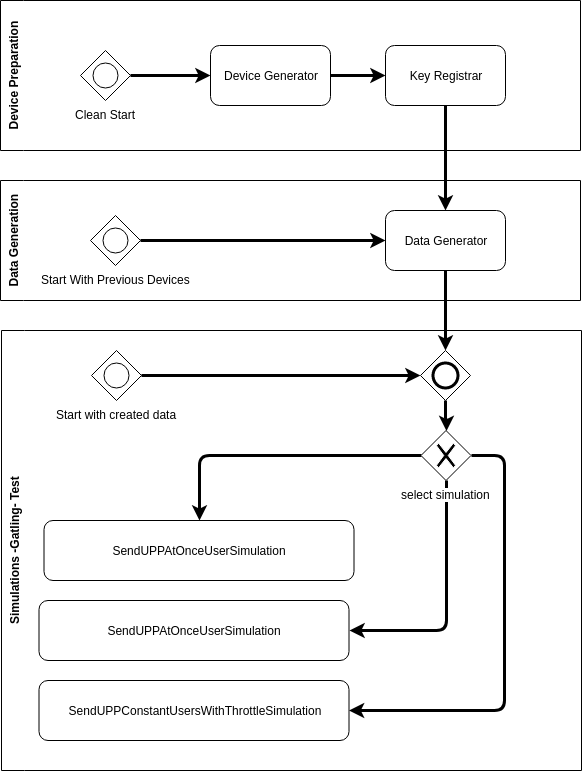
Above: images/load-tests-wf.png in ubirch/load-tests-sim (draw.io), before the change. Source tidied: cells renumbered, new cells last; positions are measured from the earlier drawing's top-left corner, leaving out a move shared by most shapes.
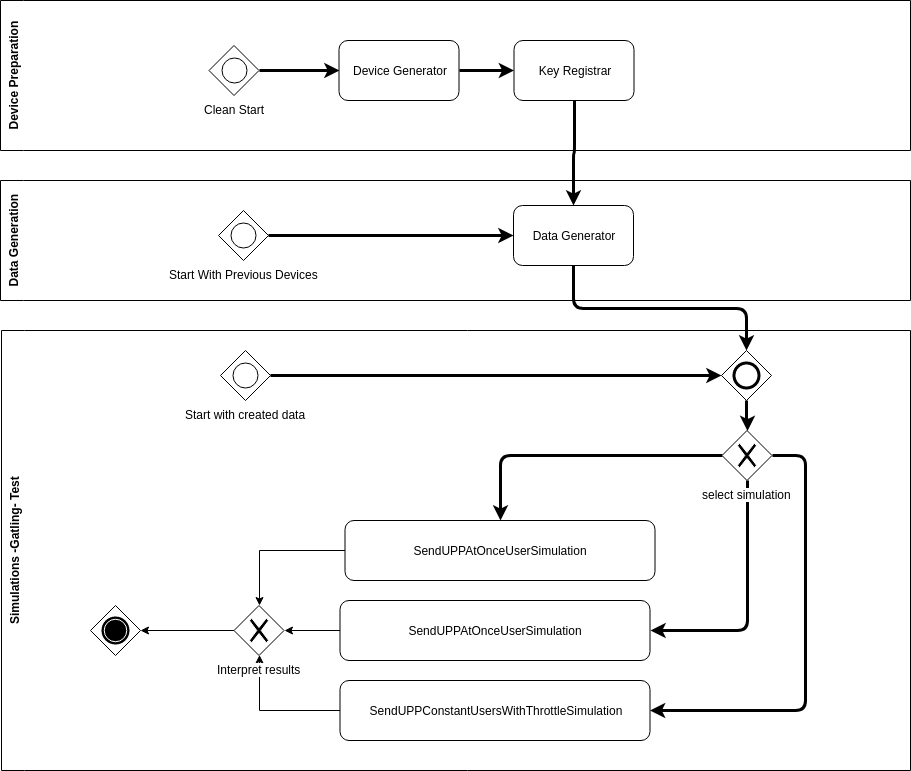
Later version of the same file.

What changed in the source:
```diff
@@ -6,40 +6,43 @@
       <mxGeometry relative="1" as="geometry" />
     </mxCell>
     <mxCell id="3" value="Device Preparation" style="swimlane;html=1;horizontal=0;swimlaneLine=0;" parent="1" vertex="1">
-      <mxGeometry width="580" height="150" as="geometry" />
+      <mxGeometry width="910" height="150" as="geometry" />
     </mxCell>
     <mxCell id="4" style="edgeStyle=orthogonalEdgeStyle;rounded=1;jettySize=auto;html=1;exitX=1;exitY=0.5;exitDx=0;exitDy=0;entryX=0;entryY=0.5;entryDx=0;entryDy=0;strokeWidth=3;" parent="3" edge="1" source="5" target="6">
       <mxGeometry relative="1" as="geometry" />
     </mxCell>
     <mxCell id="5" value="Clean Start" style="shape=mxgraph.bpmn.shape;html=1;verticalLabelPosition=bottom;labelBackgroundColor=#ffffff;verticalAlign=top;align=center;perimeter=rhombusPerimeter;background=gateway;outlineConnect=0;outline=standard;symbol=general;" parent="3" vertex="1">
-      <mxGeometry x="80" y="50" width="50" height="50" as="geometry" />
+      <mxGeometry x="208.5" y="45" width="50" height="50" as="geometry" />
     </mxCell>
     <mxCell id="6" value="Device Generator" style="rounded=1;whiteSpace=wrap;html=1;" parent="3" vertex="1">
-      <mxGeometry x="210" y="45" width="120" height="60" as="geometry" />
+      <mxGeometry x="338.5" y="40" width="120" height="60" as="geometry" />
     </mxCell>
     <mxCell id="7" value="Key Registrar" style="rounded=1;whiteSpace=wrap;html=1;" parent="3" vertex="1">
-      <mxGeometry x="385" y="45" width="120" height="60" as="geometry" />
+      <mxGeometry x="513.5" y="40" width="120" height="60" as="geometry" />
     </mxCell>
     <mxCell id="8" style="edgeStyle=orthogonalEdgeStyle;rounded=0;jettySize=auto;html=1;exitX=1;exitY=0.5;exitDx=0;exitDy=0;strokeWidth=3;" parent="3" edge="1" source="6" target="7">
       <mxGeometry relative="1" as="geometry" />
     </mxCell>
     <mxCell id="9" value="Data Generation" style="swimlane;html=1;horizontal=0;swimlaneLine=0;" parent="1" vertex="1">
-      <mxGeometry y="180" width="580" height="120" as="geometry" />
+      <mxGeometry y="180" width="910" height="120" as="geometry" />
     </mxCell>
     <mxCell id="10" value="Data Generator" style="rounded=1;whiteSpace=wrap;html=1;" parent="9" vertex="1">
-      <mxGeometry x="385" y="30" width="120" height="60" as="geometry" />
+      <mxGeometry x="513" y="25" width="120" height="60" as="geometry" />
     </mxCell>
     <mxCell id="11" style="edgeStyle=orthogonalEdgeStyle;rounded=1;jettySize=auto;html=1;exitX=1;exitY=0.5;exitDx=0;exitDy=0;entryX=0;entryY=0.5;entryDx=0;entryDy=0;strokeWidth=3;" parent="9" edge="1" source="12" target="10">
       <mxGeometry relative="1" as="geometry" />
     </mxCell>
     <mxCell id="12" value="Start With Previous Devices" style="shape=mxgraph.bpmn.shape;html=1;verticalLabelPosition=bottom;labelBackgroundColor=#ffffff;verticalAlign=top;align=center;perimeter=rhombusPerimeter;background=gateway;outlineConnect=0;outline=standard;symbol=general;" parent="9" vertex="1">
-      <mxGeometry x="90" y="35" width="50" height="50" as="geometry" />
+      <mxGeometry x="218" y="30" width="50" height="50" as="geometry" />
     </mxCell>
     <mxCell id="13" value="Simulations -Gatling- Test" style="swimlane;html=1;horizontal=0;swimlaneLine=0;startSize=23;" parent="1" vertex="1">
-      <mxGeometry x="1" y="330" width="580" height="440" as="geometry" />
+      <mxGeometry x="1" y="330" width="909" height="440" as="geometry" />
     </mxCell>
+    <mxCell id="26" style="edgeStyle=orthogonalEdgeStyle;rounded=0;jettySize=auto;html=1;exitX=0;exitY=0.5;exitDx=0;exitDy=0;entryX=0.5;entryY=0;entryDx=0;entryDy=0;" parent="13" edge="1" source="14" target="30">
+      <mxGeometry relative="1" as="geometry" />
+    </mxCell>
     <mxCell id="14" value="SendUPPAtOnceUserSimulation" style="rounded=1;whiteSpace=wrap;html=1;" parent="13" vertex="1">
-      <mxGeometry x="42.5" y="190" width="310" height="60" as="geometry" />
+      <mxGeometry x="343.5" y="190" width="310" height="60" as="geometry" />
     </mxCell>
     <mxCell id="15" style="edgeStyle=orthogonalEdgeStyle;rounded=1;jettySize=auto;html=1;exitX=0;exitY=0.5;exitDx=0;exitDy=0;strokeWidth=3;" parent="13" edge="1" source="18" target="14">
       <mxGeometry relative="1" as="geometry" />
@@ -47,8 +50,8 @@
     <mxCell id="16" style="edgeStyle=orthogonalEdgeStyle;rounded=1;jettySize=auto;html=1;exitX=1;exitY=0.5;exitDx=0;exitDy=0;strokeWidth=3;" parent="13" edge="1" source="18" target="20">
       <mxGeometry relative="1" as="geometry">
         <Array as="points">
-          <mxPoint x="502.5" y="125" />
-          <mxPoint x="502.5" y="380" />
+          <mxPoint x="803.5" y="125" />
+          <mxPoint x="803.5" y="380" />
         </Array>
       </mxGeometry>
     </mxCell>
@@ -56,26 +59,41 @@
       <mxGeometry relative="1" as="geometry" />
     </mxCell>
     <mxCell id="18" value="select simulation" style="shape=mxgraph.bpmn.shape;html=1;verticalLabelPosition=bottom;labelBackgroundColor=#ffffff;verticalAlign=top;align=center;perimeter=rhombusPerimeter;background=gateway;outlineConnect=0;outline=none;symbol=exclusiveGw;" parent="13" vertex="1">
-      <mxGeometry x="419.5" y="100" width="50" height="50" as="geometry" />
+      <mxGeometry x="720.5" y="100" width="50" height="50" as="geometry" />
     </mxCell>
+    <mxCell id="27" style="edgeStyle=orthogonalEdgeStyle;rounded=0;jettySize=auto;html=1;exitX=0;exitY=0.5;exitDx=0;exitDy=0;entryX=1;entryY=0.5;entryDx=0;entryDy=0;" parent="13" edge="1" source="19" target="30">
+      <mxGeometry relative="1" as="geometry" />
+    </mxCell>
     <mxCell id="19" value="SendUPPAtOnceUserSimulation" style="rounded=1;whiteSpace=wrap;html=1;" parent="13" vertex="1">
-      <mxGeometry x="37.5" y="270" width="310" height="60" as="geometry" />
+      <mxGeometry x="338.5" y="270" width="310" height="60" as="geometry" />
     </mxCell>
+    <mxCell id="28" style="edgeStyle=orthogonalEdgeStyle;rounded=0;jettySize=auto;html=1;" parent="13" edge="1" source="20" target="30">
+      <mxGeometry relative="1" as="geometry" />
+    </mxCell>
     <mxCell id="20" value="SendUPPConstantUsersWithThrottleSimulation" style="rounded=1;whiteSpace=wrap;html=1;" parent="13" vertex="1">
-      <mxGeometry x="37.5" y="350" width="310" height="60" as="geometry" />
+      <mxGeometry x="338.5" y="350" width="310" height="60" as="geometry" />
     </mxCell>
     <mxCell id="21" style="edgeStyle=orthogonalEdgeStyle;rounded=1;jettySize=auto;html=1;exitX=1;exitY=0.5;exitDx=0;exitDy=0;strokeWidth=3;" parent="13" edge="1" source="22" target="24">
       <mxGeometry relative="1" as="geometry" />
     </mxCell>
     <mxCell id="22" value="Start with created data" style="shape=mxgraph.bpmn.shape;html=1;verticalLabelPosition=bottom;labelBackgroundColor=#ffffff;verticalAlign=top;align=center;perimeter=rhombusPerimeter;background=gateway;outlineConnect=0;outline=standard;symbol=general;" parent="13" vertex="1">
-      <mxGeometry x="90" y="20" width="50" height="50" as="geometry" />
+      <mxGeometry x="219" y="20" width="50" height="50" as="geometry" />
     </mxCell>
     <mxCell id="23" style="edgeStyle=orthogonalEdgeStyle;rounded=1;jettySize=auto;html=1;exitX=0.5;exitY=1;exitDx=0;exitDy=0;strokeWidth=3;" parent="13" edge="1" source="24" target="18">
       <mxGeometry relative="1" as="geometry" />
     </mxCell>
     <mxCell id="24" style="shape=mxgraph.bpmn.shape;html=1;verticalLabelPosition=bottom;labelBackgroundColor=#ffffff;verticalAlign=top;align=center;perimeter=rhombusPerimeter;background=gateway;outlineConnect=0;outline=end;symbol=general;" parent="13" vertex="1">
-      <mxGeometry x="419" y="20" width="50" height="50" as="geometry" />
+      <mxGeometry x="720" y="20" width="50" height="50" as="geometry" />
     </mxCell>
+    <mxCell id="29" style="edgeStyle=orthogonalEdgeStyle;rounded=0;jettySize=auto;html=1;entryX=1;entryY=0.5;entryDx=0;entryDy=0;" parent="13" edge="1" source="30" target="31">
+      <mxGeometry relative="1" as="geometry" />
+    </mxCell>
+    <mxCell id="30" value="Interpret results" style="shape=mxgraph.bpmn.shape;html=1;verticalLabelPosition=bottom;labelBackgroundColor=#ffffff;verticalAlign=top;align=center;perimeter=rhombusPerimeter;background=gateway;outlineConnect=0;outline=none;symbol=exclusiveGw;" parent="13" vertex="1">
+      <mxGeometry x="232.5" y="275" width="50" height="50" as="geometry" />
+    </mxCell>
+    <mxCell id="31" style="shape=mxgraph.bpmn.shape;html=1;verticalLabelPosition=bottom;labelBackgroundColor=#ffffff;verticalAlign=top;align=center;perimeter=rhombusPerimeter;background=gateway;outlineConnect=0;outline=end;symbol=terminate;" parent="13" vertex="1">
+      <mxGeometry x="89" y="275" width="50" height="50" as="geometry" />
+    </mxCell>
     <mxCell id="25" style="edgeStyle=orthogonalEdgeStyle;rounded=1;jettySize=auto;html=1;exitX=0.5;exitY=1;exitDx=0;exitDy=0;strokeWidth=3;entryX=0.5;entryY=0;entryDx=0;entryDy=0;" parent="1" edge="1" source="10" target="24">
       <mxGeometry relative="1" as="geometry" />
     </mxCell>
```
